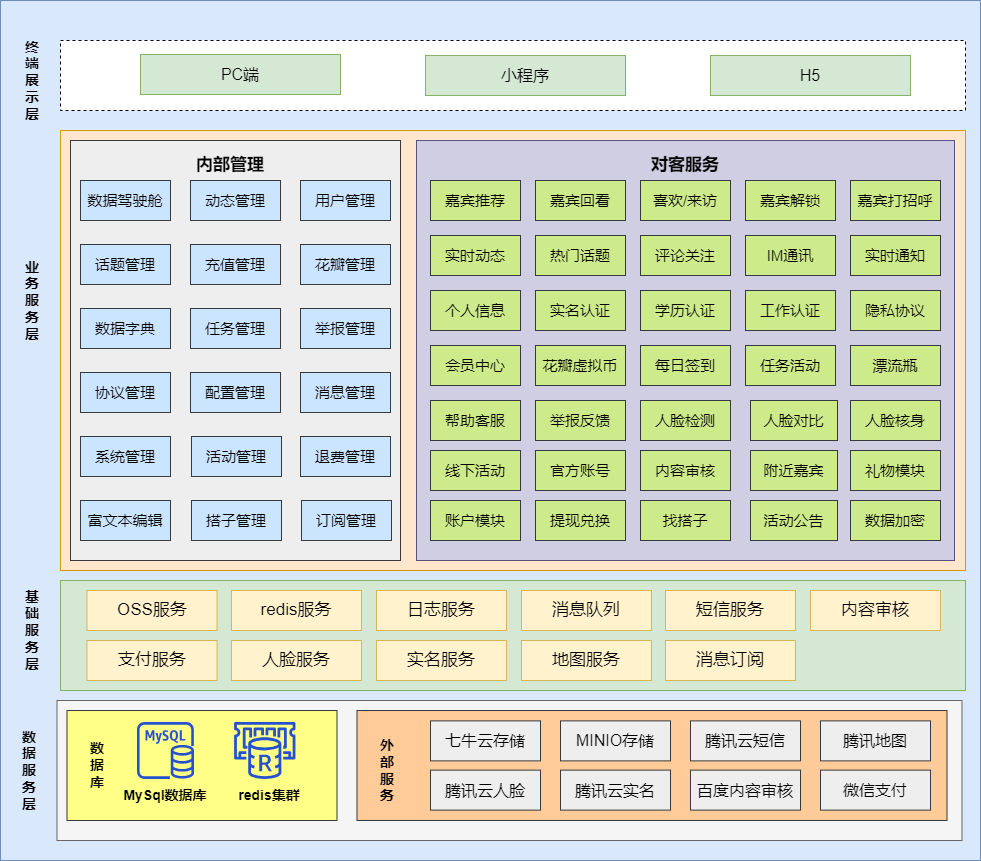
Before: images/love-main.png, a diagram exported from draw.io (liuwei1993/linfeng). Source tidied: cells renumbered, new cells last; positions are measured from the earlier drawing's top-left corner, leaving out a move shared by most shapes.
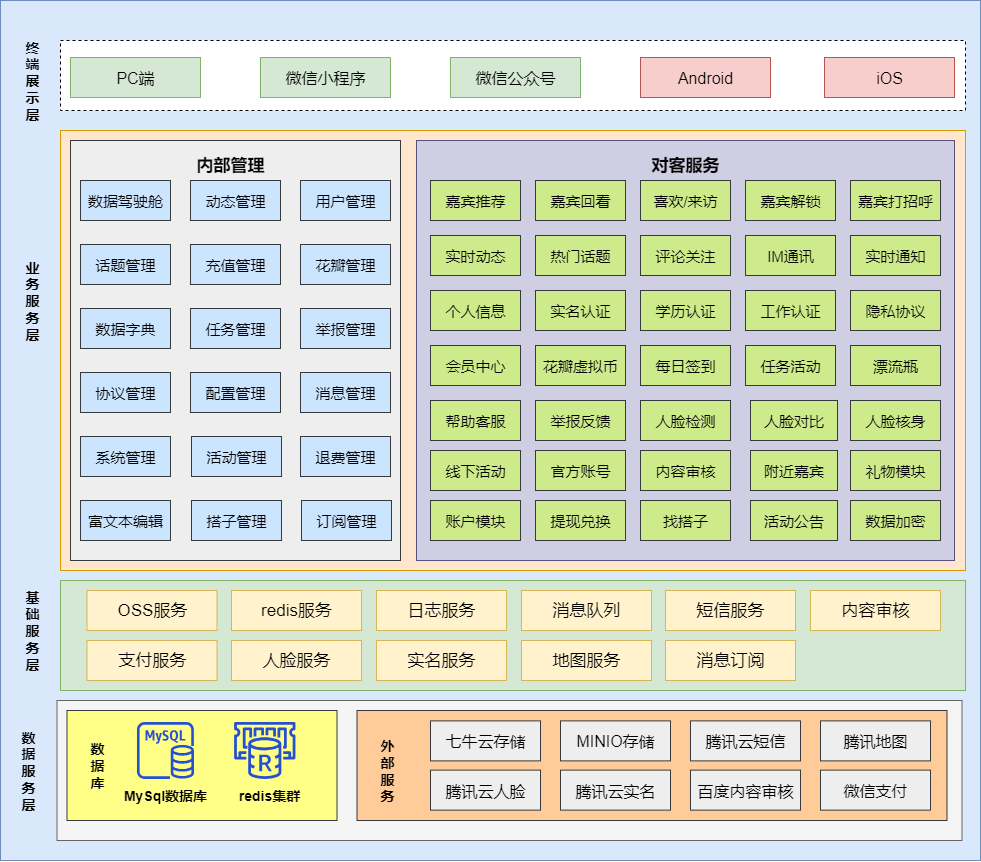
Later version of the same file.

The edit, as a diff of the source:
```diff
@@ -15,13 +15,13 @@
       <mxGeometry x="60" y="40" width="905" height="70" as="geometry" />
     </mxCell>
     <mxCell id="6" value="&lt;font style=&quot;font-size: 16px;&quot;&gt;PC端&lt;/font&gt;" style="rounded=0;whiteSpace=wrap;html=1;fillColor=#d5e8d4;strokeColor=#82b366;" parent="1" vertex="1">
-      <mxGeometry x="140" y="54" width="200" height="40" as="geometry" />
+      <mxGeometry x="70" y="57" width="130" height="40" as="geometry" />
     </mxCell>
-    <mxCell id="7" value="&lt;font style=&quot;font-size: 16px;&quot;&gt;小程序&lt;/font&gt;" style="rounded=0;whiteSpace=wrap;html=1;fillColor=#d5e8d4;strokeColor=#82b366;" parent="1" vertex="1">
-      <mxGeometry x="425" y="55" width="200" height="40" as="geometry" />
+    <mxCell id="7" value="&lt;font style=&quot;font-size: 16px;&quot;&gt;微信小程序&lt;/font&gt;" style="rounded=0;whiteSpace=wrap;html=1;fillColor=#d5e8d4;strokeColor=#82b366;" parent="1" vertex="1">
+      <mxGeometry x="260" y="57" width="130" height="40" as="geometry" />
     </mxCell>
-    <mxCell id="8" value="&lt;font style=&quot;font-size: 16px;&quot;&gt;H5&lt;/font&gt;" style="rounded=0;whiteSpace=wrap;html=1;fillColor=#d5e8d4;strokeColor=#82b366;" parent="1" vertex="1">
-      <mxGeometry x="710" y="55" width="200" height="40" as="geometry" />
+    <mxCell id="8" value="&lt;font style=&quot;font-size: 16px;&quot;&gt;微信公众号&lt;/font&gt;" style="rounded=0;whiteSpace=wrap;html=1;fillColor=#d5e8d4;strokeColor=#82b366;" parent="1" vertex="1">
+      <mxGeometry x="450" y="57" width="130" height="40" as="geometry" />
     </mxCell>
     <mxCell id="9" value="&lt;font style=&quot;font-size: 14px;&quot;&gt;&lt;b&gt;终端展示层&lt;/b&gt;&lt;/font&gt;" style="text;strokeColor=none;align=center;fillColor=none;html=1;verticalAlign=middle;whiteSpace=wrap;rounded=0;" parent="1" vertex="1">
       <mxGeometry x="22" y="65" width="20" height="30" as="geometry" />
@@ -290,5 +290,11 @@
     <mxCell id="97" value="微信支付" style="rounded=0;whiteSpace=wrap;html=1;fontSize=16;fillColor=#eeeeee;strokeColor=#36393d;flipH=1;" parent="1" vertex="1">
       <mxGeometry x="820" y="769.6" width="110" height="40" as="geometry" />
     </mxCell>
+    <mxCell id="98" value="&lt;span style=&quot;font-size: 16px;&quot;&gt;Android&lt;/span&gt;" style="rounded=0;whiteSpace=wrap;html=1;fillColor=#f8cecc;strokeColor=#b85450;" parent="1" vertex="1">
+      <mxGeometry x="640" y="57" width="130" height="40" as="geometry" />
+    </mxCell>
+    <mxCell id="99" value="&lt;span style=&quot;font-size: 16px;&quot;&gt;iOS&lt;/span&gt;" style="rounded=0;whiteSpace=wrap;html=1;fillColor=#f8cecc;strokeColor=#b85450;" parent="1" vertex="1">
+      <mxGeometry x="824" y="57" width="130" height="40" as="geometry" />
+    </mxCell>
   </root>
 </mxGraphModel>
```
